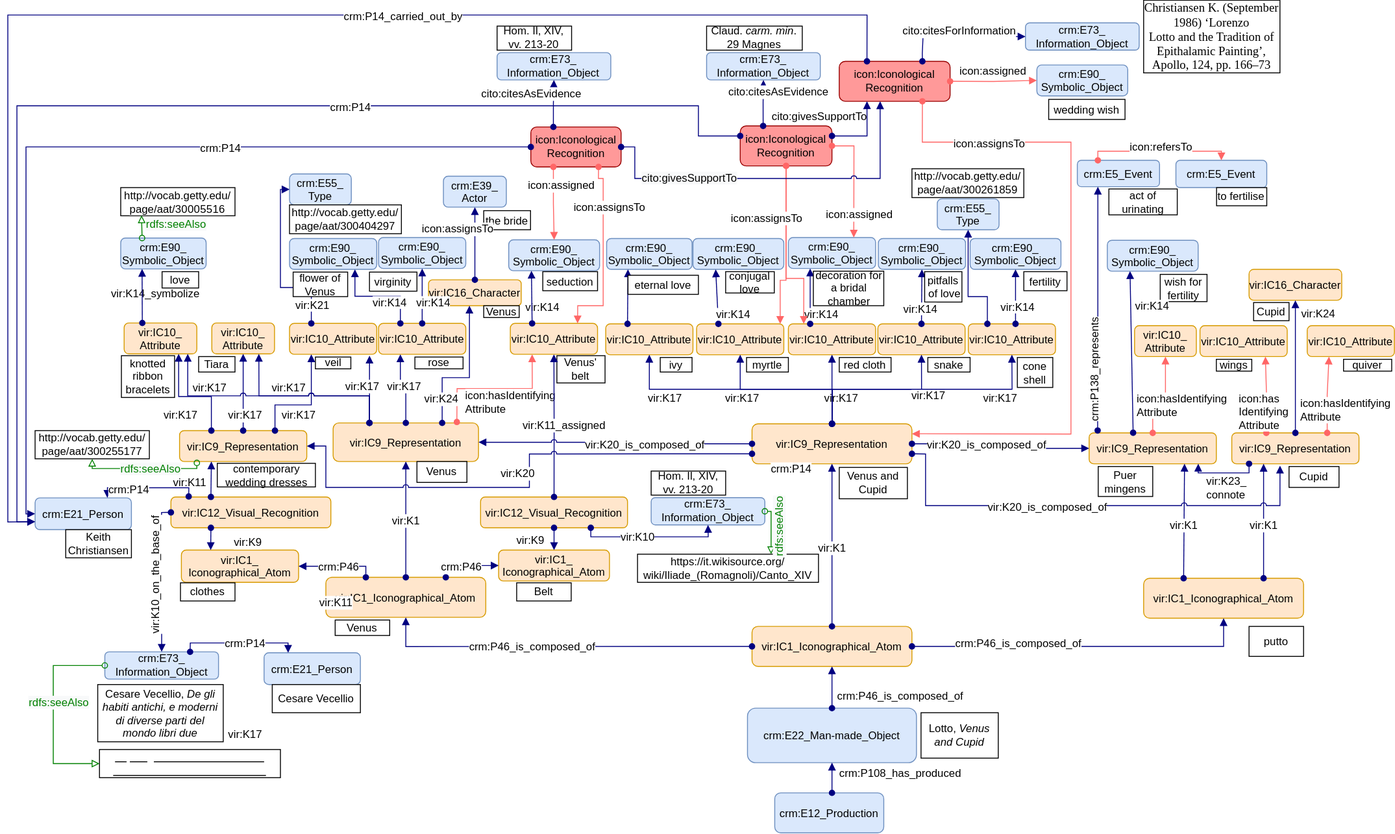
SofiBar/Icon keeps this draw.io diagram as images/article_schemes_new/Venus-Cupid-2.svg. Above is the earlier version. Source tidied: cells renumbered, new cells last; positions are measured from the earlier drawing's top-left corner, leaving out a move shared by most shapes.
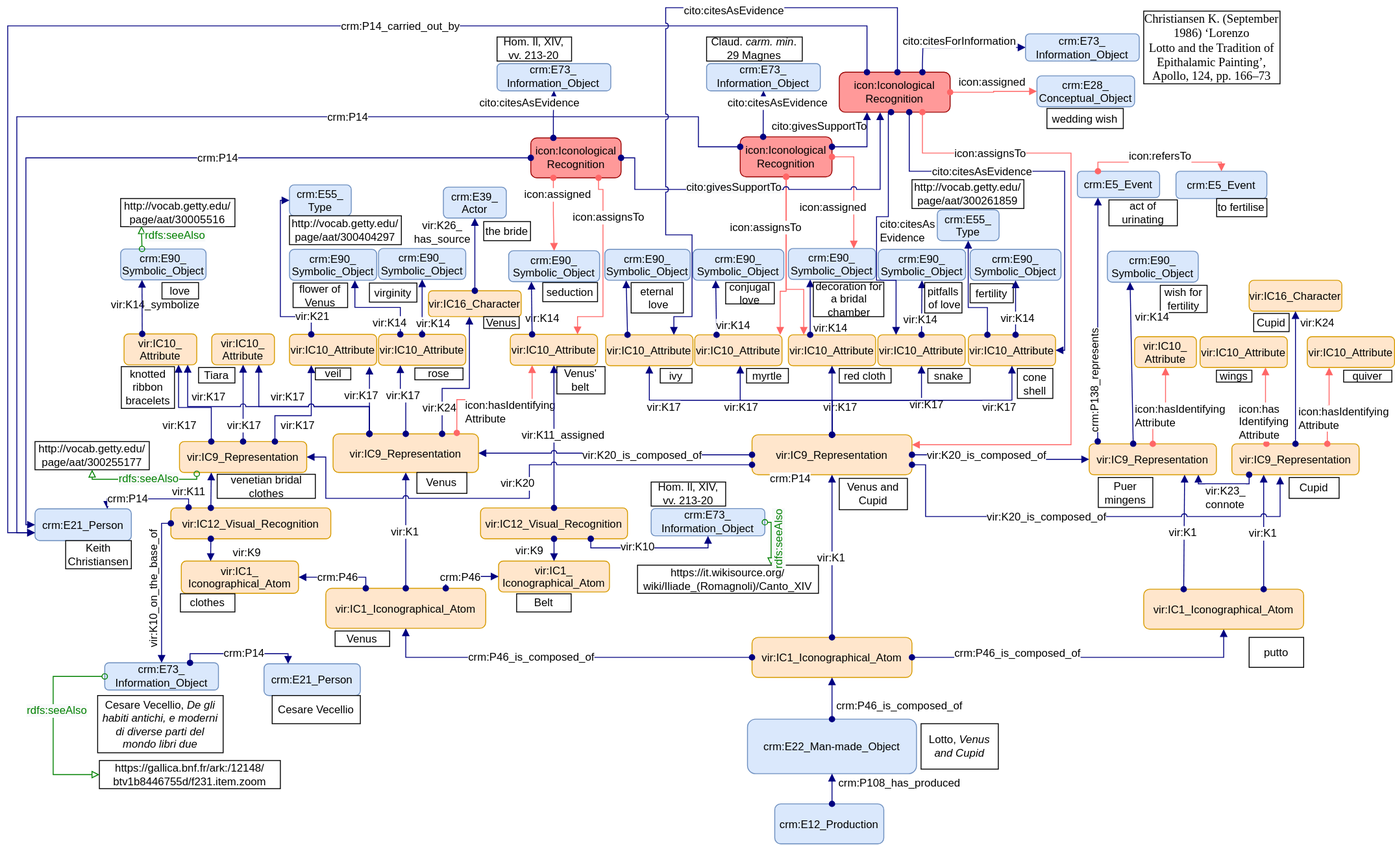
The same diagram one commit later.

What changed in the source:
```diff
@@ -111,3 +111,3 @@
     <mxCell id="34" value="fertility" style="graphMlID=n4;shape=rect;rounded=0;arcsize=30;strokeWidth=1.0;fontFamily=Helvetica;fontSize=12;" parent="1" vertex="1">
-      <mxGeometry x="1118.1" y="298.5" width="47.5" height="21" as="geometry" />
+      <mxGeometry x="1059" y="299.8" width="47.5" height="21" as="geometry" />
     </mxCell>
@@ -146,3 +146,3 @@
     <mxCell id="45" value="vir:IC10_Attribute" style="graphMlID=n4;shape=rect;rounded=1;arcsize=30;fillColor=#ffe6cc;strokeColor=#d79b00;strokeWidth=1.0;fontFamily=Helvetica;fontSize=12;" parent="1" vertex="1">
-      <mxGeometry x="758" y="356" width="96" height="34" as="geometry" />
+      <mxGeometry x="756" y="356" width="96" height="34" as="geometry" />
     </mxCell>
@@ -175,3 +175,3 @@
     <mxCell id="53" value="crm:E90_&#10;Symbolic_Object" style="graphMlID=n4;shape=rect;rounded=1;arcsize=30;fillColor=#dae8fc;strokeColor=#6c8ebf;strokeWidth=1.0;fontFamily=Helvetica;fontSize=12;" parent="1" vertex="1">
-      <mxGeometry x="659" y="262" width="94" height="34" as="geometry" />
+      <mxGeometry x="657" y="262" width="94" height="34" as="geometry" />
     </mxCell>
@@ -180,4 +180,4 @@
     </mxCell>
-    <mxCell id="55" value="eternal love" style="graphMlID=n4;shape=rect;rounded=0;arcsize=30;strokeWidth=1.0;fontFamily=Helvetica;fontSize=12;" parent="1" vertex="1">
-      <mxGeometry x="682.5" y="302.5" width="77.5" height="21" as="geometry" />
+    <mxCell id="55" value="eternal&#10; love" style="graphMlID=n4;shape=rect;rounded=0;arcsize=30;strokeWidth=1.0;fontFamily=Helvetica;fontSize=12;" parent="1" vertex="1">
+      <mxGeometry x="686" y="298.5" width="57.5" height="33.5" as="geometry" />
     </mxCell>
@@ -277,4 +277,4 @@
     </mxCell>
-    <mxCell id="84" value="&lt;p style=&quot;margin-top: 0pt ; margin-bottom: 0pt ; margin-left: 0in ; direction: ltr ; unicode-bidi: embed ; word-break: normal ; font-size: 12px&quot;&gt;contemporary wedding dresses&lt;/p&gt;" style="rounded=0;whiteSpace=wrap;html=1;labelBackgroundColor=none;fillColor=#FFFFFF;fontFamily=Helvetica;fontSize=12;" parent="1" vertex="1">
-      <mxGeometry x="230.5" y="509.5" width="108" height="26" as="geometry" />
+    <mxCell id="84" value="&lt;p style=&quot;margin-top: 0pt ; margin-bottom: 0pt ; margin-left: 0in ; direction: ltr ; unicode-bidi: embed ; word-break: normal ; font-size: 12px&quot;&gt;venetian bridal clothes&lt;/p&gt;" style="rounded=0;whiteSpace=wrap;html=1;labelBackgroundColor=none;fillColor=#FFFFFF;fontFamily=Helvetica;fontSize=12;" parent="1" vertex="1">
+      <mxGeometry x="230.5" y="509.5" width="108" height="26.5" as="geometry" />
     </mxCell>
@@ -445,4 +445,4 @@
         <Array as="points">
-          <mxPoint x="334" y="316" />
-          <mxPoint x="300" y="316" />
+          <mxPoint x="334" y="336" />
+          <mxPoint x="300" y="336" />
           <mxPoint x="300" y="208" />
@@ -496,2 +496,7 @@
     </mxCell>
+    <mxCell id="259" value="&lt;span style=&quot;text-align: left&quot;&gt;vir:K26_&lt;br&gt;has_source&lt;/span&gt;" style="edgeLabel;html=1;align=center;verticalAlign=middle;fontSize=12;fontFamily=Helvetica;labelBackgroundColor=none;" parent="144" vertex="1">
+      <mxGeometry x="0.24" y="-1" relative="1" as="geometry">
+        <mxPoint x="-37.2" y="-15" as="offset" />
+      </mxGeometry>
+    </mxCell>
     <mxCell id="145" value="crm:E90_&#10;Symbolic_Object" style="graphMlID=n4;shape=rect;rounded=1;arcsize=30;fillColor=#dae8fc;strokeColor=#6c8ebf;strokeWidth=1.0;fontFamily=Helvetica;fontSize=12;" parent="1" vertex="1">
@@ -526,3 +531,3 @@
     <mxCell id="154" value="&lt;span style=&quot;color: rgb(0 , 0 , 0) ; font-size: 12px ; font-style: normal ; font-weight: 400 ; letter-spacing: normal ; text-align: left ; text-indent: 0px ; text-transform: none ; word-spacing: 0px ; background-color: rgb(255 , 255 , 255) ; display: inline ; float: none&quot;&gt;vir:K14&lt;/span&gt;" style="text;whiteSpace=wrap;html=1;fontFamily=Helvetica;fontSize=12;" parent="1" vertex="1">
-      <mxGeometry x="400.2" y="319" width="47.8" height="20" as="geometry" />
+      <mxGeometry x="400.2" y="329" width="47.8" height="20" as="geometry" />
     </mxCell>
@@ -581,3 +586,3 @@
     <mxCell id="169" value="&lt;span style=&quot;color: rgb(0 , 0 , 0) ; font-size: 12px ; font-style: normal ; font-weight: 400 ; letter-spacing: normal ; text-align: left ; text-indent: 0px ; text-transform: none ; word-spacing: 0px ; background-color: rgb(255 , 255 , 255) ; display: inline ; float: none&quot;&gt;vir:K14&lt;/span&gt;" style="text;whiteSpace=wrap;html=1;fontFamily=Helvetica;fontSize=12;" parent="1" vertex="1">
-      <mxGeometry x="448" y="319" width="43.5" height="20" as="geometry" />
+      <mxGeometry x="448" y="330" width="43.5" height="20" as="geometry" />
     </mxCell>
@@ -656,5 +661,2 @@
     </mxCell>
-    <mxCell id="188" value="&lt;p style=&quot;margin-top: 0pt ; margin-bottom: 0pt ; margin-left: 0in ; text-align: left ; direction: ltr ; unicode-bidi: embed ; word-break: normal ; font-size: 12px&quot;&gt;&lt;font style=&quot;font-size: 12px&quot;&gt;vir:K11&lt;/font&gt;&lt;/p&gt;" style="text;html=1;align=center;verticalAlign=middle;labelBackgroundColor=#ffffff;rotation=0;fontFamily=Helvetica;fontSize=12;" parent="1" vertex="1">
-      <mxGeometry x="359" y="661" as="geometry" />
-    </mxCell>
     <mxCell id="189" value="crm:E21_Person" style="graphMlID=n4;shape=rect;rounded=1;arcsize=30;fillColor=#dae8fc;strokeColor=#6c8ebf;strokeWidth=1.0;fontFamily=Helvetica;fontSize=12;" parent="1" vertex="1">
@@ -679,6 +681,3 @@
     </mxCell>
-    <mxCell id="195" value="&lt;p style=&quot;margin-top: 0pt; margin-bottom: 0pt; margin-left: 0in; text-align: left; direction: ltr; unicode-bidi: embed; word-break: normal; font-size: 12px;&quot;&gt;&lt;font style=&quot;font-size: 12px&quot;&gt;vir:K17&lt;/font&gt;&lt;/p&gt;" style="text;html=1;align=center;verticalAlign=middle;labelBackgroundColor=#ffffff;rotation=0;fontFamily=Helvetica;fontSize=12;" parent="1" vertex="1">
-      <mxGeometry x="258.9" y="806" as="geometry" />
-    </mxCell>
-    <mxCell id="196" value="&lt;span id=&quot;docs-internal-guid-e2e92ac7-7fff-8249-20d6-dba8a4f7f10a&quot; style=&quot;font-size: 12px;&quot;&gt;&lt;font style=&quot;font-size: 12px&quot;&gt;&lt;span style=&quot;background-color: rgb(255, 255, 255); vertical-align: baseline; font-size: 12px;&quot;&gt;&lt;p style=&quot;margin-top: 0pt; margin-bottom: 0pt; margin-left: 0in; direction: ltr; unicode-bidi: embed; word-break: normal; font-size: 12px;&quot;&gt;&lt;u style=&quot;font-size: 12px;&quot;&gt;&lt;span style=&quot;font-size: 12px; color: white;&quot;&gt;&lt;a href=&quot;https://gallica.bnf.fr/ark:/12148/btv1b8446755d/f231.item.zoom&quot; style=&quot;font-size: 12px;&quot;&gt;https://gallica.bnf.fr/ark:/12148/&lt;/a&gt;&lt;/span&gt;&lt;/u&gt;&lt;/p&gt;&lt;p style=&quot;margin-top: 0pt; margin-bottom: 0pt; margin-left: 0in; direction: ltr; unicode-bidi: embed; word-break: normal; font-size: 12px;&quot;&gt;&lt;u style=&quot;font-size: 12px;&quot;&gt;&lt;span style=&quot;font-size: 12px; color: white;&quot;&gt;&lt;a href=&quot;https://gallica.bnf.fr/ark:/12148/btv1b8446755d/f231.item.zoom&quot; style=&quot;font-size: 12px;&quot;&gt;btv1b8446755d/f231.item.zoom&lt;/a&gt;&lt;/span&gt;&lt;/u&gt;&lt;/p&gt;&lt;/span&gt;&lt;/font&gt;&lt;/span&gt;" style="rounded=0;whiteSpace=wrap;html=1;labelBackgroundColor=none;fillColor=#FFFFFF;fontFamily=Helvetica;fontSize=12;" parent="1" vertex="1">
+    <mxCell id="196" value="&lt;span id=&quot;docs-internal-guid-e2e92ac7-7fff-8249-20d6-dba8a4f7f10a&quot; style=&quot;font-size: 12px&quot;&gt;&lt;font style=&quot;font-size: 12px&quot;&gt;&lt;span style=&quot;background-color: rgb(255 , 255 , 255) ; vertical-align: baseline ; font-size: 12px&quot;&gt;&lt;p style=&quot;margin-top: 0pt ; margin-bottom: 0pt ; margin-left: 0in ; direction: ltr ; unicode-bidi: embed ; word-break: normal ; font-size: 12px&quot;&gt;&lt;span style=&quot;font-size: 12px&quot;&gt;&lt;span style=&quot;font-size: 12px&quot;&gt;https://gallica.bnf.fr/ark:/12148/&lt;/span&gt;&lt;/span&gt;&lt;/p&gt;&lt;p style=&quot;margin-top: 0pt ; margin-bottom: 0pt ; margin-left: 0in ; direction: ltr ; unicode-bidi: embed ; word-break: normal ; font-size: 12px&quot;&gt;&lt;span style=&quot;font-size: 12px&quot;&gt;&lt;span style=&quot;font-size: 12px&quot;&gt;btv1b8446755d/f231.item.zoom&lt;/span&gt;&lt;/span&gt;&lt;/p&gt;&lt;/span&gt;&lt;/font&gt;&lt;/span&gt;" style="rounded=0;whiteSpace=wrap;html=1;labelBackgroundColor=none;fillColor=#FFFFFF;fontFamily=Helvetica;fontSize=12;" parent="1" vertex="1">
       <mxGeometry x="100.9" y="824.5" width="199.1" height="31" as="geometry" />
@@ -791,7 +790,2 @@
     </mxCell>
-    <mxCell id="219" value="&lt;span style=&quot;font-size: 12px ; text-align: left&quot;&gt;icon:assignsTo&lt;/span&gt;" style="edgeLabel;html=1;align=center;verticalAlign=middle;fontFamily=Helvetica;fontSize=12;" parent="218" vertex="1">
-      <mxGeometry x="0.21" y="-3" relative="1" as="geometry">
-        <mxPoint x="-159" y="-52" as="offset" />
-      </mxGeometry>
-    </mxCell>
     <mxCell id="220" value="&lt;span style=&quot;font-size: 12px ; text-align: left&quot;&gt;icon:assignsTo&lt;/span&gt;" style="edgeLabel;html=1;align=center;verticalAlign=middle;rotation=0;fontFamily=Helvetica;fontSize=12;" parent="218" vertex="1">
@@ -808,3 +802,3 @@
     <mxCell id="223" value="&lt;span style=&quot;color: rgb(0 , 0 , 0) ; font-size: 12px ; font-style: normal ; font-weight: 400 ; letter-spacing: normal ; text-align: left ; text-indent: 0px ; text-transform: none ; word-spacing: 0px ; background-color: rgb(255 , 255 , 255) ; display: inline ; float: none&quot;&gt;vir:K14&lt;/span&gt;" style="text;whiteSpace=wrap;html=1;fontFamily=Helvetica;fontSize=12;" parent="1" vertex="1">
-      <mxGeometry x="875" y="331.5" width="120" height="20" as="geometry" />
+      <mxGeometry x="885" y="334.5" width="120" height="20" as="geometry" />
     </mxCell>
@@ -841,3 +835,3 @@
       <mxGeometry x="-0.02" y="2" relative="1" as="geometry">
-        <mxPoint x="2" y="38.2" as="offset" />
+        <mxPoint x="-26" y="18.9" as="offset" />
       </mxGeometry>
@@ -871,7 +865,7 @@
     </mxCell>
-    <mxCell id="236" value="crm:E90_&#10;Symbolic_Object" style="graphMlID=n4;shape=rect;rounded=1;arcsize=30;fillColor=#dae8fc;strokeColor=#6c8ebf;strokeWidth=1.0;fontFamily=Helvetica;fontSize=12;" parent="1" vertex="1">
-      <mxGeometry x="1132.5" y="71" width="100" height="34" as="geometry" />
+    <mxCell id="236" value="crm:E28_&#10;Conceptual_Object" style="graphMlID=n4;shape=rect;rounded=1;arcsize=30;fillColor=#dae8fc;strokeColor=#6c8ebf;strokeWidth=1.0;fontFamily=Helvetica;fontSize=12;" parent="1" vertex="1">
+      <mxGeometry x="1132.5" y="71" width="107.5" height="34" as="geometry" />
     </mxCell>
     <mxCell id="237" value="wedding wish" style="graphMlID=n4;shape=rect;rounded=0;arcsize=30;strokeWidth=1.0;fontFamily=Helvetica;fontSize=12;" parent="1" vertex="1">
-      <mxGeometry x="1145.5" y="108.9" width="84" height="22.1" as="geometry" />
+      <mxGeometry x="1143.5" y="106.9" width="84" height="22.1" as="geometry" />
     </mxCell>
@@ -915,3 +909,5 @@
     <mxCell id="247" value="&lt;span style=&quot;font-size: 12px ; text-align: left ; background-color: rgb(248 , 249 , 250)&quot;&gt;cito:givesSupportTo&lt;/span&gt;" style="edgeLabel;html=1;align=center;verticalAlign=middle;fontFamily=Helvetica;fontSize=12;" parent="246" vertex="1">
-      <mxGeometry x="-0.46" y="2" relative="1" as="geometry" />
+      <mxGeometry x="-0.46" y="2" relative="1" as="geometry">
+        <mxPoint x="49" y="-0.5" as="offset" />
+      </mxGeometry>
     </mxCell>
@@ -975,2 +971,53 @@
     </mxCell>
+    <mxCell id="260" style="graphMlID=e0;rounded=0;endArrow=block;strokeColor=#000080;strokeWidth=1.0;startArrow=oval;startFill=1;endFill=1;elbow=vertical;fontFamily=Helvetica;fontSize=12;edgeStyle=orthogonalEdgeStyle;" parent="1" edge="1" source="222" target="41">
+      <mxGeometry relative="1" as="geometry">
+        <Array as="points">
+          <mxPoint x="992" y="176" />
+          <mxPoint x="1163" y="176" />
+          <mxPoint x="1163" y="373" />
+        </Array>
+      </mxGeometry>
+    </mxCell>
+    <mxCell id="261" value="&lt;p style=&quot;margin-top: 0pt ; margin-bottom: 0pt ; margin-left: 0in ; text-align: left ; direction: ltr ; unicode-bidi: embed ; word-break: normal ; font-size: 12px&quot;&gt;&lt;font style=&quot;font-size: 12px&quot;&gt;cito:citesAsEvidence&lt;/font&gt;&lt;/p&gt;" style="text;html=1;align=center;verticalAlign=middle;labelBackgroundColor=#ffffff;fontFamily=Helvetica;fontSize=12;" parent="260" vertex="1">
+      <mxGeometry x="-0.02" y="2" relative="1" as="geometry">
+        <mxPoint x="-73.1" y="2" as="offset" />
+      </mxGeometry>
+    </mxCell>
+    <mxCell id="262" style="graphMlID=e0;rounded=0;endArrow=block;strokeColor=#000080;strokeWidth=1.0;startArrow=oval;startFill=1;endFill=1;elbow=vertical;fontFamily=Helvetica;fontSize=12;edgeStyle=orthogonalEdgeStyle;exitX=0.5;exitY=1;exitDx=0;exitDy=0;entryX=0.25;entryY=0;entryDx=0;entryDy=0;" parent="1" edge="1">
+      <mxGeometry relative="1" as="geometry">
+        <mxPoint x="972" y="111" as="sourcePoint" />
+        <mxPoint x="977.5" y="356" as="targetPoint" />
+        <Array as="points">
+          <mxPoint x="969" y="111" />
+          <mxPoint x="969" y="226" />
+          <mxPoint x="956" y="226" />
+          <mxPoint x="956" y="296" />
+          <mxPoint x="978" y="296" />
+        </Array>
+      </mxGeometry>
+    </mxCell>
+    <mxCell id="263" value="&lt;p style=&quot;margin-top: 0pt ; margin-bottom: 0pt ; margin-left: 0in ; text-align: left ; direction: ltr ; unicode-bidi: embed ; word-break: normal ; font-size: 12px&quot;&gt;&lt;font style=&quot;font-size: 12px&quot;&gt;cito:citesAs&lt;/font&gt;&lt;/p&gt;&lt;p style=&quot;margin-top: 0pt ; margin-bottom: 0pt ; margin-left: 0in ; text-align: left ; direction: ltr ; unicode-bidi: embed ; word-break: normal ; font-size: 12px&quot;&gt;&lt;font style=&quot;font-size: 12px&quot;&gt;Evidence&lt;/font&gt;&lt;/p&gt;" style="text;html=1;align=center;verticalAlign=middle;labelBackgroundColor=#ffffff;fontFamily=Helvetica;fontSize=12;" parent="262" vertex="1">
+      <mxGeometry x="-0.02" y="2" relative="1" as="geometry">
+        <mxPoint x="31.5" y="7.9" as="offset" />
+      </mxGeometry>
+    </mxCell>
+    <mxCell id="264" style="graphMlID=e0;rounded=0;endArrow=block;strokeColor=#000080;strokeWidth=1.0;startArrow=oval;startFill=1;endFill=1;elbow=vertical;fontFamily=Helvetica;fontSize=12;edgeStyle=orthogonalEdgeStyle;entryX=0.75;entryY=0;entryDx=0;entryDy=0;exitX=0.5;exitY=0;exitDx=0;exitDy=0;jumpStyle=arc;" parent="1" edge="1">
+      <mxGeometry relative="1" as="geometry">
+        <mxPoint x="979" y="67" as="sourcePoint" />
+        <mxPoint x="733" y="356" as="targetPoint" />
+        <Array as="points">
+          <mxPoint x="979" y="-4" />
+          <mxPoint x="724" y="-4" />
+          <mxPoint x="724" y="246" />
+          <mxPoint x="753" y="246" />
+          <mxPoint x="753" y="336" />
+          <mxPoint x="733" y="336" />
+        </Array>
+      </mxGeometry>
+    </mxCell>
+    <mxCell id="265" value="&lt;p style=&quot;margin-top: 0pt ; margin-bottom: 0pt ; margin-left: 0in ; text-align: left ; direction: ltr ; unicode-bidi: embed ; word-break: normal ; font-size: 12px&quot;&gt;&lt;font style=&quot;font-size: 12px&quot;&gt;cito:citesAs&lt;/font&gt;Evidence&lt;/p&gt;" style="text;html=1;align=center;verticalAlign=middle;labelBackgroundColor=#ffffff;fontFamily=Helvetica;fontSize=12;" parent="264" vertex="1">
+      <mxGeometry x="-0.02" y="2" relative="1" as="geometry">
+        <mxPoint x="72.2" y="-31.3" as="offset" />
+      </mxGeometry>
+    </mxCell>
   </root>
```
